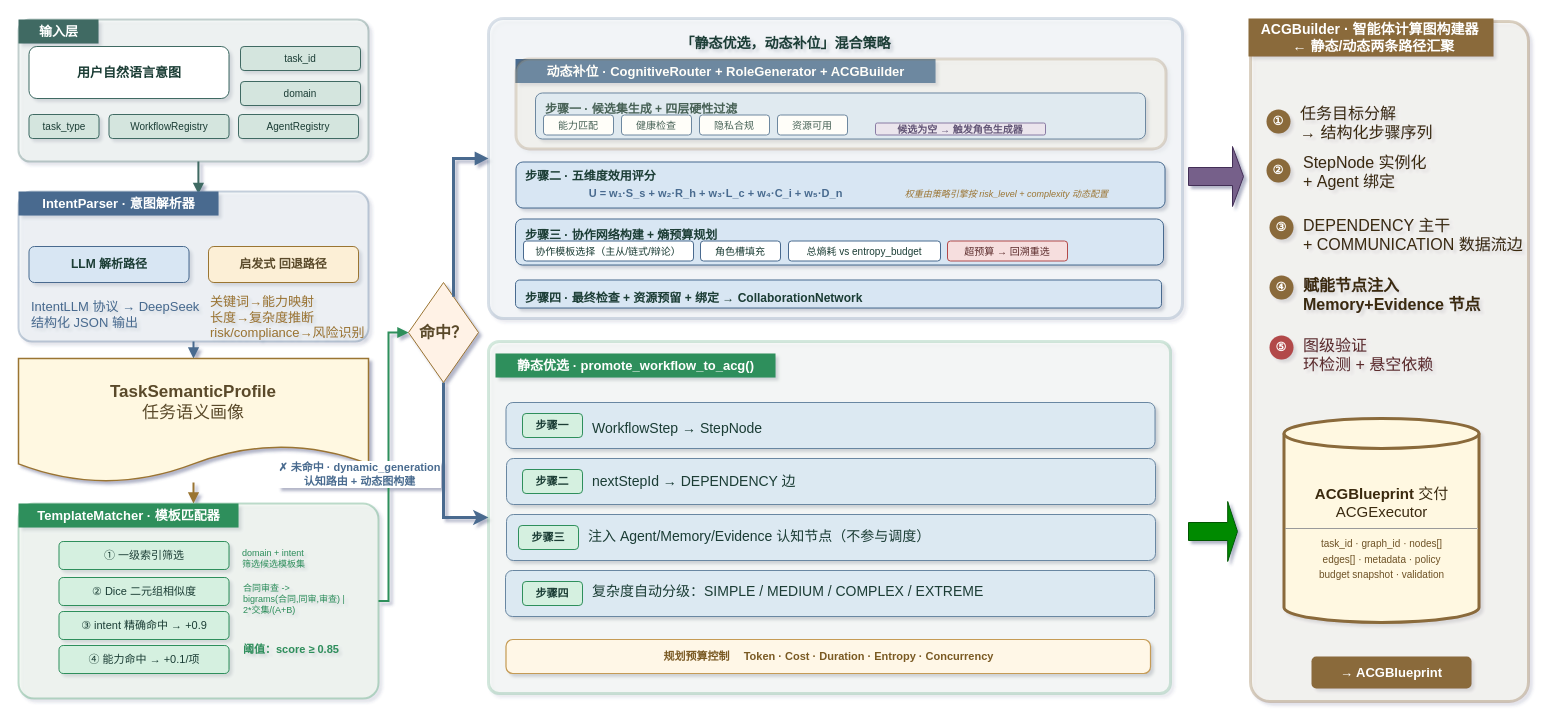
Earlier version of the draw.io diagram docs/02-架构设计/架构图/混合策略引擎.drawio (zongxi-Li/zhiyi-AgentOS-2026). Source tidied: cells renumbered, new cells numbered last; positions are measured from the earlier drawing's top-left corner, leaving out a move shared by most shapes. Both pictures are drawn from the tidied source at 100%, with x=0, y=0 at pixel (18, 18). Pictures stored in the file or linked from it are replaced by grey dashed boxes.
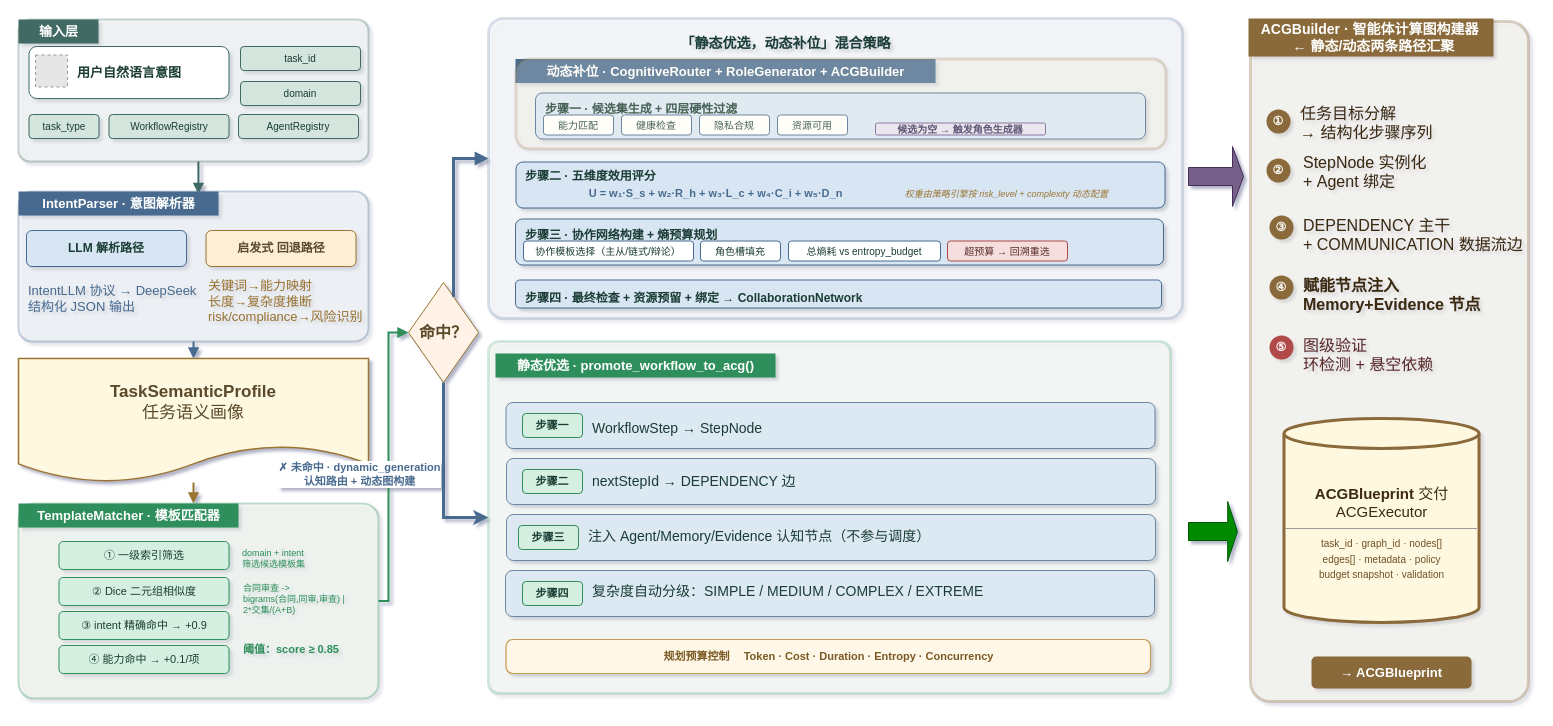
Above is the later version.

Change to the diagram source:
```diff
@@
     <mxCell id="17" value="LLM 解析路径" style="rounded=1;whiteSpace=wrap;html=1;fillColor=#d8e6f3;strokeColor=#496b8f;fontSize=12;fontStyle=1;fontColor=#1a3c34;" parent="1" vertex="1">
-      <mxGeometry x="10.5" y="228" width="160" height="36" as="geometry" />
+      <mxGeometry x="8" y="212" width="160" height="36" as="geometry" />
     </mxCell>
     <mxCell id="18" value="IntentLLM 协议 → DeepSeek&#10;结构化 JSON 输出" style="text;html=1;strokeColor=none;fillColor=none;align=left;fontSize=13;fontColor=#496b8f;" parent="1" vertex="1">
-      <mxGeometry x="10.5" y="274" width="160" height="30" as="geometry" />
+      <mxGeometry x="8" y="258" width="160" height="30" as="geometry" />
     </mxCell>
     <mxCell id="19" value="启发式 回退路径" style="rounded=1;whiteSpace=wrap;html=1;fillColor=#fcefd6;strokeColor=#9a7432;fontSize=12;fontStyle=1;fontColor=#5a4a2a;" parent="1" vertex="1">
-      <mxGeometry x="190" y="228" width="150" height="36" as="geometry" />
+      <mxGeometry x="187.5" y="212" width="150" height="36" as="geometry" />
     </mxCell>
     <mxCell id="20" value="关键词→能力映射&#10;长度→复杂度推断&#10;risk/compliance→风险识别" style="text;html=1;strokeColor=none;fillColor=none;align=left;fontSize=13;fontColor=#9a7432;" parent="1" vertex="1">
-      <mxGeometry x="190" y="269" width="150" height="42" as="geometry" />
+      <mxGeometry x="187.5" y="253" width="150" height="42" as="geometry" />
     </mxCell>
@@
+    <mxCell id="88" style="fillColor=#E6E6E6;strokeColor=#999999;dashed=1;verticalLabelPosition=bottom;verticalAlign=top;" parent="1" vertex="1">
+      <mxGeometry x="17" y="36.5" width="32" height="32" as="geometry" />
+    </mxCell>
```
